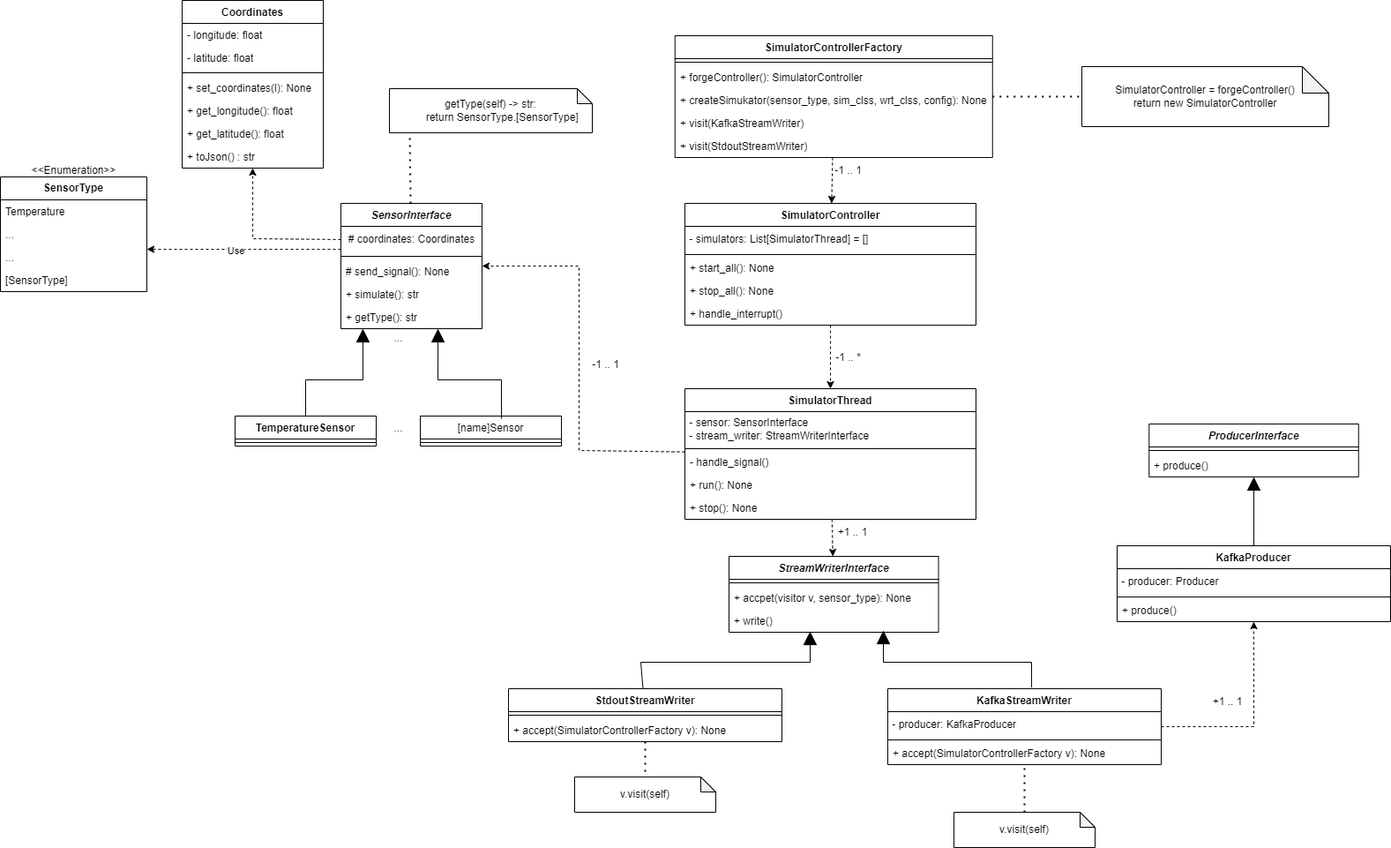
NaN1fy/docs keeps this draw.io diagram as documents/PB/esterni/images_st/overview.png. Above is the earlier version. Source tidied: cells renumbered, new cells last; positions are measured from the earlier drawing's top-left corner, leaving out a move shared by most shapes.
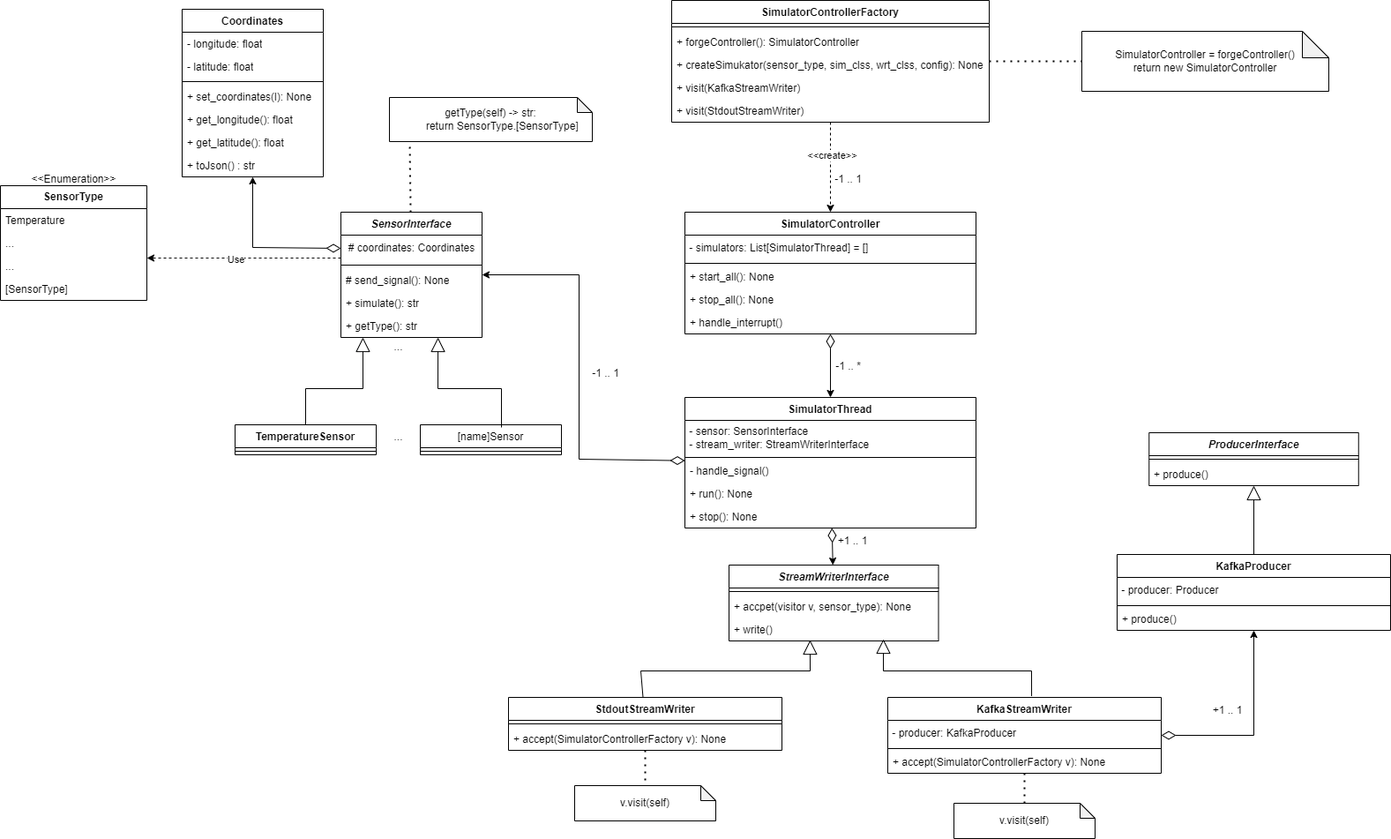
Later version of the same file.

The edit, as a diff of the source:
```diff
@@ -3,7 +3,7 @@
     <mxCell id="0" />
     <mxCell id="1" parent="0" />
     <mxCell id="2" value="SimulatorControllerFactory" style="swimlane;fontStyle=1;align=center;verticalAlign=top;horizontal=1;startSize=26;whiteSpace=wrap;html=1;" parent="1" vertex="1">
-      <mxGeometry x="764.8" y="40" width="360" height="138" as="geometry" />
+      <mxGeometry x="761" y="-10" width="360" height="138" as="geometry" />
     </mxCell>
     <mxCell id="3" style="line;strokeWidth=1;fillColor=none;align=left;verticalAlign=middle;spacingTop=-1;spacingLeft=3;spacingRight=3;labelPosition=right;strokeColor=inherit;" parent="2" vertex="1">
       <mxGeometry y="26" width="360" height="8" as="geometry" />
@@ -41,6 +41,9 @@
     <mxCell id="14" style="endArrow=classic;html=1;rounded=0;dashed=1;" parent="1" edge="1" source="2" target="8">
       <mxGeometry relative="1" as="geometry" />
     </mxCell>
+    <mxCell id="90" value="&amp;lt;&amp;lt;create&amp;gt;&amp;gt;" style="edgeLabel;html=1;align=center;verticalAlign=middle;" parent="14" vertex="1">
+      <mxGeometry x="-0.27" y="1" relative="1" as="geometry" />
+    </mxCell>
     <mxCell id="15" value="-1 .. 1" style="text;html=1;align=center;verticalAlign=middle;strokeColor=none;fillColor=none;" parent="1" vertex="1">
       <mxGeometry x="936" y="178" width="50" height="30" as="geometry" />
     </mxCell>
@@ -62,19 +65,19 @@
     <mxCell id="21" value="+ stop(): None&lt;div&gt;&lt;br&gt;&lt;/div&gt;" style="text;strokeColor=none;fillColor=none;align=left;verticalAlign=top;spacingLeft=4;spacingRight=4;overflow=hidden;whiteSpace=wrap;html=1;" parent="16" vertex="1">
       <mxGeometry y="122" width="330" height="26" as="geometry" />
     </mxCell>
-    <mxCell id="22" style="endArrow=classic;html=1;rounded=0;dashed=1;" parent="1" edge="1" source="8" target="16">
+    <mxCell id="22" style="endArrow=classic;html=1;rounded=0;startArrow=diamondThin;startFill=0;startSize=14;" parent="1" edge="1" source="8" target="16">
       <mxGeometry relative="1" as="geometry" />
     </mxCell>
     <mxCell id="23" value="-1 .. *" style="text;html=1;align=center;verticalAlign=middle;strokeColor=none;fillColor=none;" parent="1" vertex="1">
       <mxGeometry x="936" y="390" width="50" height="30" as="geometry" />
     </mxCell>
     <mxCell id="24" value="SimulatorController = forgeController()&lt;div&gt;return new SimulatorController&lt;/div&gt;" style="shape=note;whiteSpace=wrap;html=1;backgroundOutline=1;darkOpacity=0.05;" parent="1" vertex="1">
-      <mxGeometry x="1226" y="75" width="280" height="68" as="geometry" />
+      <mxGeometry x="1226" y="25" width="280" height="68" as="geometry" />
     </mxCell>
     <mxCell id="25" style="endArrow=none;dashed=1;html=1;dashPattern=1 3;strokeWidth=2;rounded=0;" parent="1" edge="1" source="2" target="24">
       <mxGeometry relative="1" as="geometry" />
     </mxCell>
-    <mxCell id="26" style="endArrow=classic;html=1;rounded=0;dashed=1;" parent="1" edge="1" source="16" target="27">
+    <mxCell id="26" style="endArrow=classic;html=1;rounded=0;startArrow=diamondThin;startFill=0;startSize=14;" parent="1" edge="1" source="16" target="27">
       <mxGeometry relative="1" as="geometry">
         <Array as="points">
           <mxPoint x="656" y="510" />
@@ -115,7 +118,7 @@
     <mxCell id="37" style="line;strokeWidth=1;fillColor=none;align=left;verticalAlign=middle;spacingTop=-1;spacingLeft=3;spacingRight=3;labelPosition=right;strokeColor=inherit;" parent="36" vertex="1">
       <mxGeometry y="26" width="160" height="8" as="geometry" />
     </mxCell>
-    <mxCell id="38" style="endArrow=block;html=1;rounded=0;entryX=0.156;entryY=1;entryDx=0;entryDy=0;entryPerimeter=0;endFill=1;endSize=13;" parent="1" edge="1" source="36" target="32">
+    <mxCell id="38" style="endArrow=block;html=1;rounded=0;entryX=0.156;entryY=1;entryDx=0;entryDy=0;entryPerimeter=0;endFill=0;endSize=14;" parent="1" edge="1" source="36" target="32">
       <mxGeometry relative="1" as="geometry">
         <Array as="points">
           <mxPoint x="346" y="430" />
@@ -141,13 +144,13 @@
     <mxCell id="44" value="+ write()" style="text;strokeColor=none;fillColor=none;align=left;verticalAlign=top;spacingLeft=4;spacingRight=4;overflow=hidden;points=[[0,0.5],[1,0.5]];portConstraint=eastwest;whiteSpace=wrap;html=1;" parent="41" vertex="1">
       <mxGeometry y="60" width="237.5" height="26" as="geometry" />
     </mxCell>
-    <mxCell id="45" style="endArrow=classic;html=1;rounded=0;dashed=1;" parent="1" edge="1" source="16" target="41">
+    <mxCell id="45" style="endArrow=classic;html=1;rounded=0;startArrow=diamondThin;startFill=0;startSize=14;" parent="1" edge="1" source="16" target="41">
       <mxGeometry relative="1" as="geometry" />
     </mxCell>
     <mxCell id="46" value="+1 .. 1" style="text;html=1;align=center;verticalAlign=middle;strokeColor=none;fillColor=none;" parent="1" vertex="1">
       <mxGeometry x="936" y="588" width="60" height="30" as="geometry" />
     </mxCell>
-    <mxCell id="47" style="endArrow=block;html=1;rounded=0;endFill=1;endSize=13;entryX=0.387;entryY=0.962;entryDx=0;entryDy=0;entryPerimeter=0;" parent="1" edge="1" source="53" target="44">
+    <mxCell id="47" style="endArrow=block;html=1;rounded=0;endFill=0;endSize=14;entryX=0.387;entryY=0.962;entryDx=0;entryDy=0;entryPerimeter=0;" parent="1" edge="1" source="53" target="44">
       <mxGeometry relative="1" as="geometry">
         <Array as="points">
           <mxPoint x="726" y="750" />
@@ -167,7 +170,7 @@
     <mxCell id="51" value="+ accept(SimulatorControllerFactory v): None" style="text;strokeColor=none;fillColor=none;align=left;verticalAlign=top;spacingLeft=4;spacingRight=4;overflow=hidden;whiteSpace=wrap;html=1;" parent="48" vertex="1">
       <mxGeometry y="60" width="310" height="26" as="geometry" />
     </mxCell>
-    <mxCell id="52" style="endArrow=block;html=1;rounded=0;endFill=1;endSize=13;entryX=0.737;entryY=0.923;entryDx=0;entryDy=0;entryPerimeter=0;exitX=0.526;exitY=-0.017;exitDx=0;exitDy=0;exitPerimeter=0;" parent="1" edge="1" source="48" target="44">
+    <mxCell id="52" style="endArrow=block;html=1;rounded=0;endFill=0;endSize=14;entryX=0.737;entryY=0.923;entryDx=0;entryDy=0;entryPerimeter=0;exitX=0.526;exitY=-0.017;exitDx=0;exitDy=0;exitPerimeter=0;" parent="1" edge="1" source="48" target="44">
       <mxGeometry relative="1" as="geometry">
         <Array as="points">
           <mxPoint x="1169" y="750" />
@@ -188,7 +191,7 @@
       <mxGeometry x="651" y="880" width="160" height="40" as="geometry" />
     </mxCell>
     <mxCell id="57" value="v.visit(self)" style="shape=note;whiteSpace=wrap;html=1;backgroundOutline=1;darkOpacity=0.05;size=17;" parent="1" vertex="1">
-      <mxGeometry x="1081" y="920" width="160" height="40" as="geometry" />
+      <mxGeometry x="1081" y="900" width="160" height="40" as="geometry" />
     </mxCell>
     <mxCell id="58" style="endArrow=none;dashed=1;html=1;dashPattern=1 3;strokeWidth=2;rounded=0;" parent="1" edge="1" source="53" target="56">
       <mxGeometry relative="1" as="geometry" />
@@ -196,7 +199,7 @@
     <mxCell id="59" style="endArrow=none;dashed=1;html=1;dashPattern=1 3;strokeWidth=2;rounded=0;" parent="1" edge="1" source="57" target="48">
       <mxGeometry relative="1" as="geometry" />
     </mxCell>
-    <mxCell id="60" style="endArrow=block;html=1;rounded=0;endFill=1;endSize=13;exitX=0.575;exitY=0.088;exitDx=0;exitDy=0;exitPerimeter=0;entryX=0.688;entryY=1;entryDx=0;entryDy=0;entryPerimeter=0;" parent="1" edge="1" source="34" target="32">
+    <mxCell id="60" style="endArrow=block;html=1;rounded=0;endFill=0;endSize=14;exitX=0.575;exitY=0.088;exitDx=0;exitDy=0;exitPerimeter=0;entryX=0.688;entryY=1;entryDx=0;entryDy=0;entryPerimeter=0;" parent="1" edge="1" source="34" target="32">
       <mxGeometry relative="1" as="geometry">
         <Array as="points">
           <mxPoint x="568" y="430" />
@@ -204,7 +207,7 @@
         </Array>
       </mxGeometry>
     </mxCell>
-    <mxCell id="61" style="endArrow=classic;html=1;rounded=0;dashed=1;" parent="1" edge="1" source="48" target="62">
+    <mxCell id="61" style="endArrow=classic;html=1;rounded=0;startArrow=diamondThin;startFill=0;startSize=14;" parent="1" edge="1" source="48" target="62">
       <mxGeometry relative="1" as="geometry">
         <Array as="points">
           <mxPoint x="1421" y="823" />
@@ -223,7 +226,7 @@
     <mxCell id="65" value="+ produce()" style="text;strokeColor=none;fillColor=none;align=left;verticalAlign=top;spacingLeft=4;spacingRight=4;overflow=hidden;whiteSpace=wrap;html=1;" parent="62" vertex="1">
       <mxGeometry y="60" width="310" height="26" as="geometry" />
     </mxCell>
-    <mxCell id="66" style="endArrow=block;html=1;rounded=0;endFill=1;endSize=13;" parent="1" edge="1" source="62" target="67">
+    <mxCell id="66" style="endArrow=block;html=1;rounded=0;endFill=0;endSize=14;" parent="1" edge="1" source="62" target="67">
       <mxGeometry relative="1" as="geometry" />
     </mxCell>
     <mxCell id="67" value="&lt;i&gt;ProducerInterface&lt;/i&gt;" style="swimlane;fontStyle=1;align=center;verticalAlign=top;horizontal=1;startSize=26;whiteSpace=wrap;html=1;" parent="1" vertex="1">
@@ -238,7 +241,7 @@
     <mxCell id="70" value="+1 .. 1" style="text;html=1;align=center;verticalAlign=middle;strokeColor=none;fillColor=none;" parent="1" vertex="1">
       <mxGeometry x="1361" y="780" width="60" height="30" as="geometry" />
     </mxCell>
-    <mxCell id="71" style="endArrow=classic;html=1;rounded=0;dashed=1;" parent="1" edge="1" target="72">
+    <mxCell id="71" style="endArrow=classic;html=1;rounded=0;startArrow=diamondThin;startFill=0;startSize=14;" parent="1" edge="1" target="72">
       <mxGeometry relative="1" as="geometry">
         <mxPoint x="386" y="271" as="sourcePoint" />
         <Array as="points">
```
